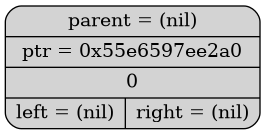
ashqqy/Differentiation keeps this Graphviz diagram as Dump/dump.png. Above is the earlier version. Its source is kept beside it as Dump/dump.dot.
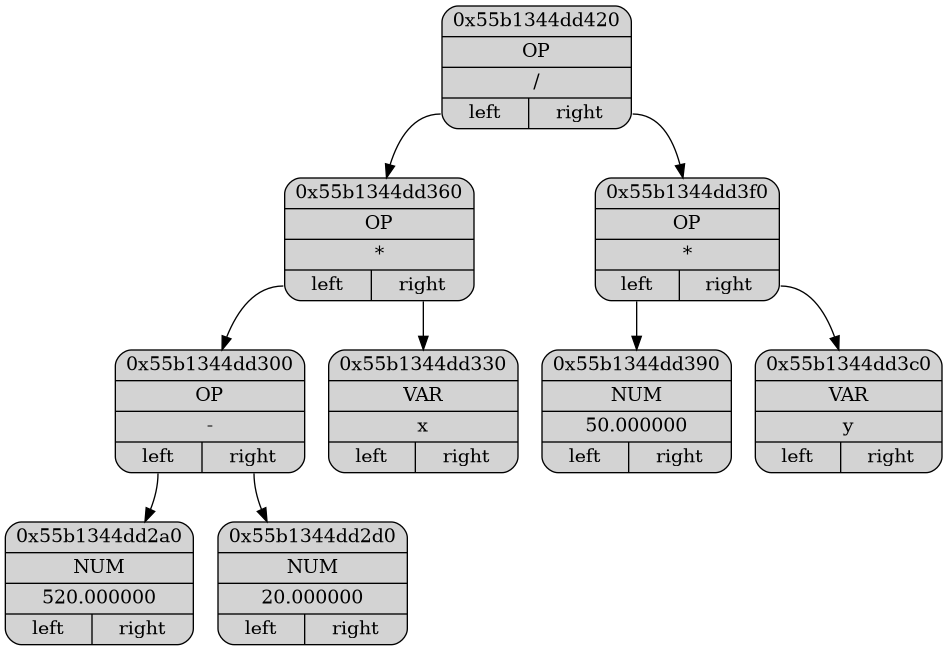
The same file after the commit.

The edit, as a diff of the source:
```diff
@@ -2,6 +2,22 @@
 {
 node[shape="record", style="rounded, filled"];
 
-p0x55e6597ee2a0[label = "{ <par>parent = (nil) | <ptr>ptr = 0x55e6597ee2a0 | <d>0| { <l>left = (nil)|<r>right = (nil)} }"];
+p0x55b1344dd420[label = "{ <ptr> 0x55b1344dd420 |<type> OP | <data>/| { <l>left|<r>right } }"];
+p0x55b1344dd360[label = "{ <ptr> 0x55b1344dd360 |<type> OP | <data>*| { <l>left|<r>right } }"];
+p0x55b1344dd300[label = "{ <ptr> 0x55b1344dd300 |<type> OP | <data>-| { <l>left|<r>right } }"];
+p0x55b1344dd2a0[label = "{ <ptr> 0x55b1344dd2a0 |<type> NUM | <data>520.000000| { <l>left|<r>right } }"];
+p0x55b1344dd2d0[label = "{ <ptr> 0x55b1344dd2d0 |<type> NUM | <data>20.000000| { <l>left|<r>right } }"];
+p0x55b1344dd330[label = "{ <ptr> 0x55b1344dd330 |<type> VAR | <data>x| { <l>left|<r>right } }"];
+p0x55b1344dd3f0[label = "{ <ptr> 0x55b1344dd3f0 |<type> OP | <data>*| { <l>left|<r>right } }"];
+p0x55b1344dd390[label = "{ <ptr> 0x55b1344dd390 |<type> NUM | <data>50.000000| { <l>left|<r>right } }"];
+p0x55b1344dd3c0[label = "{ <ptr> 0x55b1344dd3c0 |<type> VAR | <data>y| { <l>left|<r>right } }"];
 
+p0x55b1344dd420:<l> -> p0x55b1344dd360
+p0x55b1344dd360:<l> -> p0x55b1344dd300
+p0x55b1344dd300:<l> -> p0x55b1344dd2a0
+p0x55b1344dd300:<r> -> p0x55b1344dd2d0
+p0x55b1344dd360:<r> -> p0x55b1344dd330
+p0x55b1344dd420:<r> -> p0x55b1344dd3f0
+p0x55b1344dd3f0:<l> -> p0x55b1344dd390
+p0x55b1344dd3f0:<r> -> p0x55b1344dd3c0
 }
```
